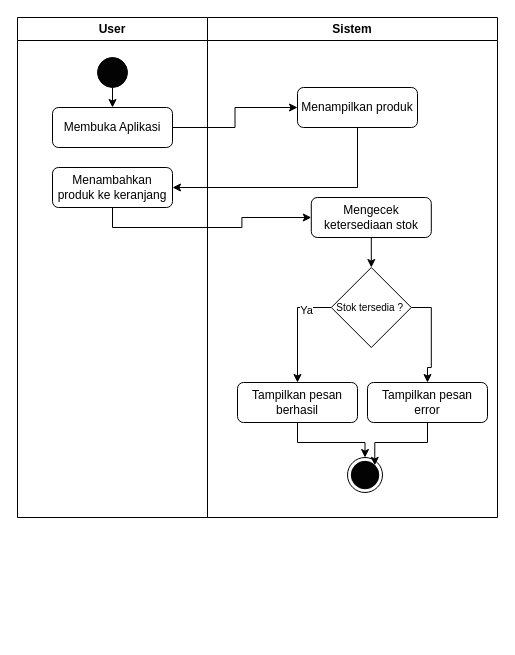
This is User Cart.drawio from rizalpahlevii/activity-diagram, a draw.io file, before an edit. Source tidied: cells renumbered, new cells numbered last; positions are measured from the earlier drawing's top-left corner, leaving out a move shared by most shapes. Both pictures are drawn from the tidied source at 100%, with x=0, y=0 at pixel (17, 17).
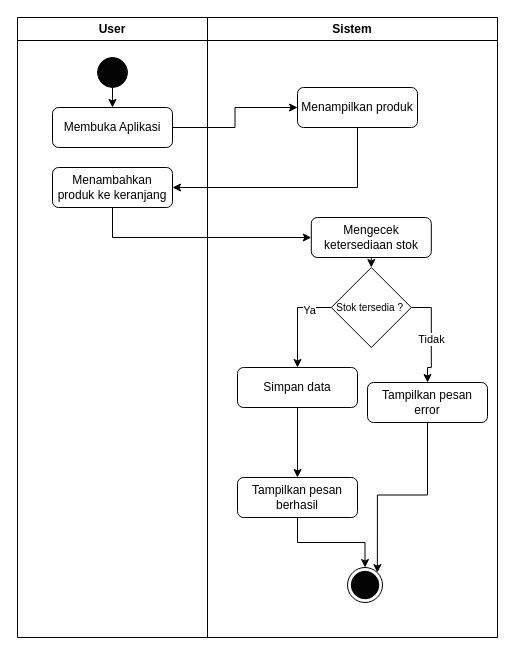
The same diagram, later.

Unchanged cells that the change refers to:
```xml
<mxCell id="13" style="edgeStyle=orthogonalEdgeStyle;rounded=0;jettySize=auto;html=1;exitX=1;exitY=0.5;exitDx=0;exitDy=0;" parent="7" edge="1" source="14" target="20">
  <mxGeometry relative="1" as="geometry" />
</mxCell>
<mxCell id="14" value="&lt;font style=&quot;font-size: 10px;&quot;&gt;Stok tersedia ?&amp;nbsp;&lt;/font&gt;" style="rhombus;whiteSpace=wrap;html=1;" parent="7" vertex="1">
  <mxGeometry x="123.8" y="250" width="80" height="80" as="geometry" />
</mxCell>
```

What changed in the source:
```diff
@@
     <mxCell id="2" value="User" style="swimlane;whiteSpace=wrap;html=1;" parent="1" vertex="1">
-      <mxGeometry width="190" height="500" as="geometry" />
+      <mxGeometry width="190" height="620" as="geometry" />
     </mxCell>
@@
     <mxCell id="7" value="Sistem" style="swimlane;whiteSpace=wrap;html=1;" parent="1" vertex="1">
-      <mxGeometry x="190" width="290" height="500" as="geometry" />
+      <mxGeometry x="190" width="290" height="620" as="geometry" />
     </mxCell>
@@
     <mxCell id="10" value="Mengecek ketersediaan stok" style="rounded=1;whiteSpace=wrap;html=1;" parent="7" vertex="1">
-      <mxGeometry x="103.8" y="180" width="120" height="40" as="geometry" />
+      <mxGeometry x="103.8" y="200" width="120" height="40" as="geometry" />
     </mxCell>
-    <mxCell id="11" style="edgeStyle=orthogonalEdgeStyle;rounded=0;jettySize=auto;html=1;exitX=0;exitY=0.5;exitDx=0;exitDy=0;entryX=0.5;entryY=0;entryDx=0;entryDy=0;" parent="7" edge="1" source="14" target="16">
+    <mxCell id="11" style="edgeStyle=orthogonalEdgeStyle;rounded=0;jettySize=auto;html=1;exitX=0;exitY=0.5;exitDx=0;exitDy=0;entryX=0.5;entryY=0;entryDx=0;entryDy=0;" parent="7" edge="1" source="14" target="27">
       <mxGeometry relative="1" as="geometry" />
     </mxCell>
@@
+    <mxCell id="24" value="Tidak" style="edgeLabel;html=1;align=center;verticalAlign=middle;" parent="13" vertex="1">
+      <mxGeometry x="0.03" relative="1" as="geometry" />
+    </mxCell>
@@
     <mxCell id="16" value="Tampilkan pesan berhasil" style="rounded=1;whiteSpace=wrap;html=1;" parent="7" vertex="1">
-      <mxGeometry x="30" y="365" width="120" height="40" as="geometry" />
+      <mxGeometry x="30" y="460" width="120" height="40" as="geometry" />
     </mxCell>
+    <mxCell id="19" style="edgeStyle=orthogonalEdgeStyle;rounded=0;jettySize=auto;html=1;exitX=0.5;exitY=1;exitDx=0;exitDy=0;entryX=1;entryY=0;entryDx=0;entryDy=0;" parent="7" edge="1" source="20" target="17">
+      <mxGeometry relative="1" as="geometry" />
+    </mxCell>
+    <mxCell id="20" value="Tampilkan pesan error" style="rounded=1;whiteSpace=wrap;html=1;" parent="7" vertex="1">
+      <mxGeometry x="160" y="365" width="120" height="40" as="geometry" />
+    </mxCell>
+    <mxCell id="25" style="group;" parent="7" vertex="1">
+      <mxGeometry x="140" y="550" width="35" height="35" as="geometry" />
+    </mxCell>
-    <mxCell id="17" style="ellipse;whiteSpace=wrap;html=1;gradientColor=none;strokeColor=default;strokeWidth=1;" parent="7" vertex="1">
-      <mxGeometry x="140" y="440" width="35" height="35" as="geometry" />
+    <mxCell id="17" style="ellipse;whiteSpace=wrap;html=1;gradientColor=none;strokeColor=default;strokeWidth=1;" parent="25" vertex="1">
+      <mxGeometry width="35" height="35" as="geometry" />
     </mxCell>
-    <mxCell id="18" style="ellipse;whiteSpace=wrap;html=1;fillColor=#030303;" parent="7" vertex="1">
-      <mxGeometry x="143.8" y="443.8" width="27.5" height="27.5" as="geometry" />
+    <mxCell id="18" style="ellipse;whiteSpace=wrap;html=1;fillColor=#030303;" parent="25" vertex="1">
+      <mxGeometry x="3.8" y="3.8" width="27.5" height="27.5" as="geometry" />
     </mxCell>
-    <mxCell id="19" style="edgeStyle=orthogonalEdgeStyle;rounded=0;jettySize=auto;html=1;exitX=0.5;exitY=1;exitDx=0;exitDy=0;entryX=1;entryY=0;entryDx=0;entryDy=0;" parent="7" edge="1" source="20" target="18">
-      <mxGeometry relative="1" as="geometry" />
-    </mxCell>
-    <mxCell id="20" value="Tampilkan pesan error" style="rounded=1;whiteSpace=wrap;html=1;" parent="7" vertex="1">
-      <mxGeometry x="160" y="365" width="120" height="40" as="geometry" />
-    </mxCell>
+    <mxCell id="26" style="edgeStyle=orthogonalEdgeStyle;rounded=0;jettySize=auto;html=1;exitX=0.5;exitY=1;exitDx=0;exitDy=0;" parent="7" edge="1" source="27" target="16">
+      <mxGeometry relative="1" as="geometry" />
+    </mxCell>
+    <mxCell id="27" value="Simpan data" style="rounded=1;whiteSpace=wrap;html=1;" parent="7" vertex="1">
+      <mxGeometry x="30" y="350" width="120" height="40" as="geometry" />
+    </mxCell>
```
